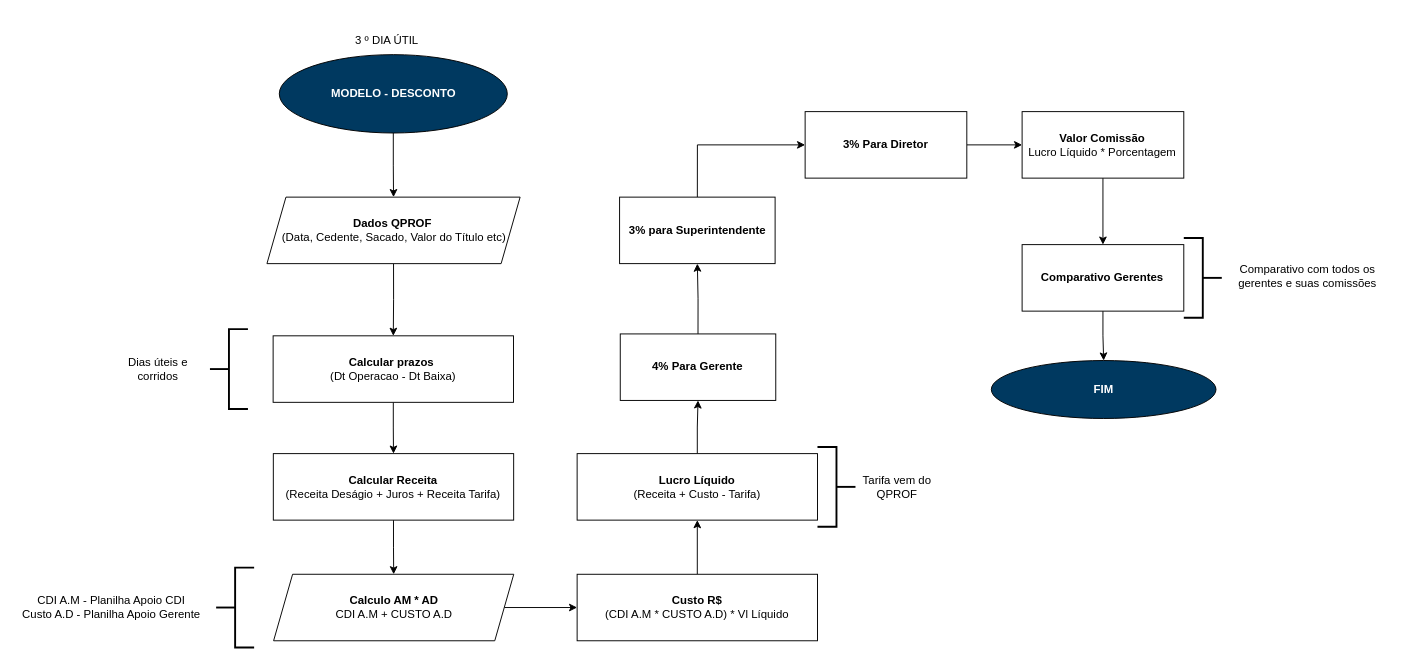
Before: page "Desconto" (1 of 4) of FLUXOGRAMAS.drawio in henriquelima0/exercicios-fiap, a draw.io diagram. Source tidied: cells renumbered, new cells numbered last; positions are measured from the earlier drawing's top-left corner, leaving out a move shared by most shapes. Both pictures are drawn from the tidied source at 95%, with x=0, y=0 at pixel (16, 16).
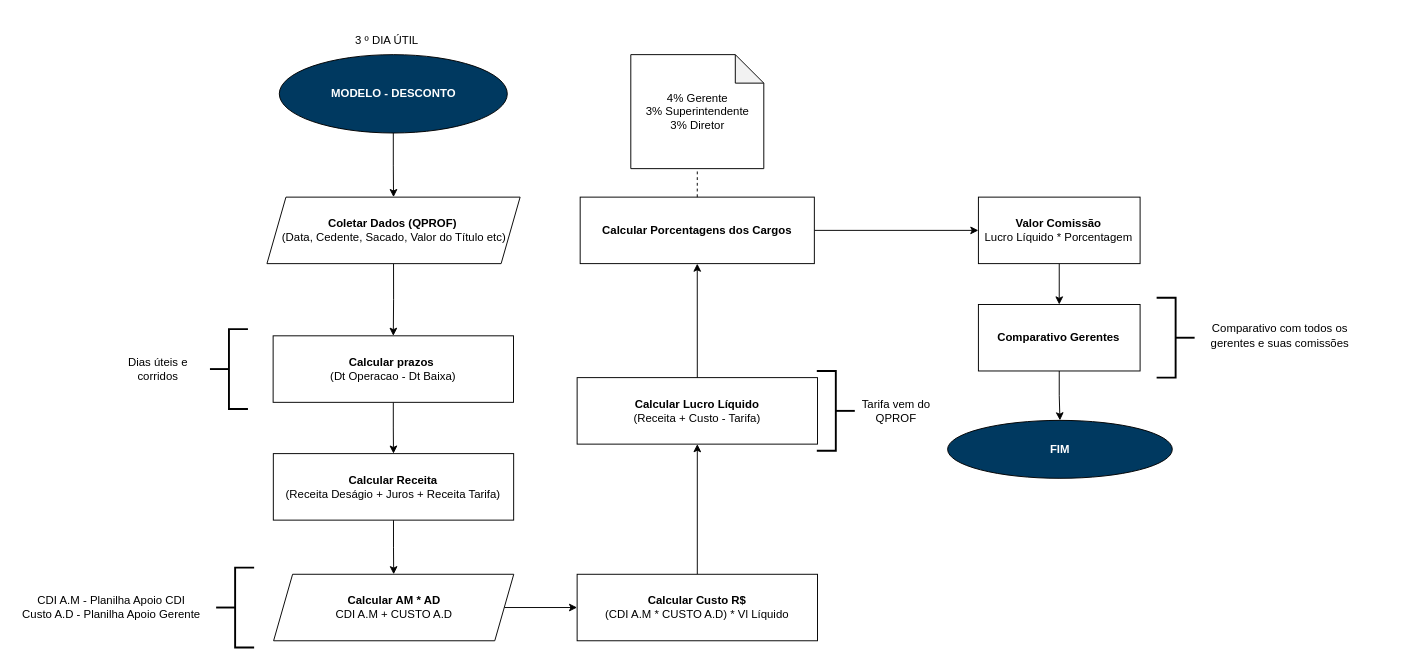
The same page after the edit.

What changed in the source:
```diff
@@
-    <mxCell id="15" value="&lt;b&gt;Calculo AM * AD&lt;/b&gt;&lt;br&gt;CDI A.M + CUSTO A.D" style="shape=parallelogram;perimeter=parallelogramPerimeter;whiteSpace=wrap;html=1;fixedSize=1;" parent="1" vertex="1">
+    <mxCell id="15" value="&lt;b&gt;Calcular&amp;nbsp;&lt;/b&gt;&lt;b&gt;AM * AD&lt;/b&gt;&lt;br&gt;CDI A.M + CUSTO A.D" style="shape=parallelogram;perimeter=parallelogramPerimeter;whiteSpace=wrap;html=1;fixedSize=1;" parent="1" vertex="1">
       <mxGeometry x="270.5" y="587" width="252.8" height="70" as="geometry" />
     </mxCell>
@@
-    <mxCell id="17" value="&lt;div&gt;&lt;b&gt;Custo R$&lt;/b&gt;&lt;br&gt;(CDI A.M * CUSTO A.D) * Vl Líquido&lt;/div&gt;" style="rounded=0;whiteSpace=wrap;html=1;" parent="1" vertex="1">
+    <mxCell id="17" value="&lt;div&gt;&lt;b&gt;Calcular Custo R$&lt;/b&gt;&lt;br&gt;(CDI A.M * CUSTO A.D) * Vl Líquido&lt;/div&gt;" style="rounded=0;whiteSpace=wrap;html=1;" parent="1" vertex="1">
       <mxGeometry x="590" y="587" width="253" height="70" as="geometry" />
     </mxCell>
@@
-    <mxCell id="19" value="&lt;b&gt;Dados QPROF&amp;nbsp;&lt;/b&gt;&lt;div&gt;(Data, Cedente, Sacado, Valor do Título etc)&lt;/div&gt;" style="shape=parallelogram;perimeter=parallelogramPerimeter;whiteSpace=wrap;html=1;fixedSize=1;" parent="1" vertex="1">
+    <mxCell id="19" value="&lt;b&gt;Coletar Dados (QPROF)&amp;nbsp;&lt;/b&gt;&lt;div&gt;(Data, Cedente, Sacado, Valor do Título etc)&lt;/div&gt;" style="shape=parallelogram;perimeter=parallelogramPerimeter;whiteSpace=wrap;html=1;fixedSize=1;" parent="1" vertex="1">
       <mxGeometry x="263.5" y="190" width="266.5" height="70" as="geometry" />
     </mxCell>
-    <mxCell id="20" style="edgeStyle=orthogonalEdgeStyle;rounded=0;jettySize=auto;html=1;entryX=0.5;entryY=1;entryDx=0;entryDy=0;" parent="1" edge="1" source="21" target="26">
-      <mxGeometry relative="1" as="geometry" />
-    </mxCell>
-    <mxCell id="21" value="&lt;b&gt;Lucro Líquido&lt;/b&gt;&lt;br&gt;(Receita + Custo - Tarifa)" style="rounded=0;whiteSpace=wrap;html=1;" parent="1" vertex="1">
-      <mxGeometry x="590" y="460" width="253" height="70" as="geometry" />
+    <mxCell id="21" value="&lt;b&gt;Calcular&amp;nbsp;&lt;/b&gt;&lt;b&gt;Lucro Líquido&lt;/b&gt;&lt;br&gt;(Receita + Custo - Tarifa)" style="rounded=0;whiteSpace=wrap;html=1;" parent="1" vertex="1">
+      <mxGeometry x="590" y="380" width="253" height="70" as="geometry" />
     </mxCell>
     <mxCell id="22" style="strokeWidth=2;html=1;shape=mxgraph.flowchart.annotation_2;align=left;labelPosition=right;direction=west;fillColor=#003960;" parent="1" vertex="1">
-      <mxGeometry x="843" y="453" width="40" height="84" as="geometry" />
+      <mxGeometry x="842.3" y="373" width="40" height="84" as="geometry" />
     </mxCell>
     <mxCell id="23" value="Tarifa vem do QPROF" style="text;html=1;align=center;verticalAlign=middle;whiteSpace=wrap;rounded=0;" parent="1" vertex="1">
-      <mxGeometry x="883" y="477" width="88" height="36" as="geometry" />
+      <mxGeometry x="882.3" y="397" width="88" height="36" as="geometry" />
     </mxCell>
@@
-    <mxCell id="25" style="edgeStyle=orthogonalEdgeStyle;rounded=0;jettySize=auto;html=1;exitX=0.5;exitY=0;exitDx=0;exitDy=0;entryX=0.5;entryY=1;entryDx=0;entryDy=0;" parent="1" edge="1" source="26" target="28">
+    <mxCell id="25" style="edgeStyle=orthogonalEdgeStyle;rounded=0;jettySize=auto;html=1;exitX=0.5;exitY=0;exitDx=0;exitDy=0;entryX=0.5;entryY=1;entryDx=0;entryDy=0;" parent="1" edge="1" source="21" target="28">
       <mxGeometry relative="1" as="geometry" />
     </mxCell>
-    <mxCell id="26" value="&lt;b&gt;4% Para Gerente&lt;/b&gt;" style="rounded=0;whiteSpace=wrap;html=1;" parent="1" vertex="1">
-      <mxGeometry x="635.4" y="334" width="163.7" height="70" as="geometry" />
-    </mxCell>
-    <mxCell id="27" style="edgeStyle=orthogonalEdgeStyle;rounded=0;jettySize=auto;html=1;exitX=0.5;exitY=0;exitDx=0;exitDy=0;entryX=0;entryY=0.5;entryDx=0;entryDy=0;" parent="1" edge="1" source="28" target="30">
-      <mxGeometry relative="1" as="geometry" />
-    </mxCell>
+    <mxCell id="38" style="edgeStyle=orthogonalEdgeStyle;rounded=0;jettySize=auto;html=1;entryX=0;entryY=0.5;entryDx=0;entryDy=0;" parent="1" edge="1" source="28" target="32">
+      <mxGeometry relative="1" as="geometry" />
+    </mxCell>
-    <mxCell id="28" value="&lt;b&gt;3% para Superintendente&lt;/b&gt;" style="rounded=0;whiteSpace=wrap;html=1;" parent="1" vertex="1">
-      <mxGeometry x="634.7" y="190" width="163.7" height="70" as="geometry" />
+    <mxCell id="28" value="&lt;b&gt;Calcular Porcentagens dos Cargos&lt;/b&gt;" style="rounded=0;whiteSpace=wrap;html=1;" parent="1" vertex="1">
+      <mxGeometry x="593.2" y="190" width="246.5" height="70" as="geometry" />
     </mxCell>
-    <mxCell id="29" style="edgeStyle=orthogonalEdgeStyle;rounded=0;jettySize=auto;html=1;entryX=0;entryY=0.5;entryDx=0;entryDy=0;" parent="1" edge="1" source="30" target="32">
-      <mxGeometry relative="1" as="geometry" />
-    </mxCell>
-    <mxCell id="30" value="&lt;b&gt;3% Para Diretor&lt;/b&gt;" style="rounded=0;whiteSpace=wrap;html=1;" parent="1" vertex="1">
-      <mxGeometry x="830" y="100" width="170.2" height="70" as="geometry" />
-    </mxCell>
@@
     <mxCell id="32" value="&lt;b&gt;Valor Comissão&lt;br&gt;&lt;/b&gt;Lucro Líquido * Porcentagem" style="rounded=0;whiteSpace=wrap;html=1;" parent="1" vertex="1">
-      <mxGeometry x="1058.4" y="100" width="170.2" height="70" as="geometry" />
+      <mxGeometry x="1012.4" y="190" width="170.2" height="70" as="geometry" />
     </mxCell>
     <mxCell id="33" value="&lt;b&gt;&lt;font color=&quot;#ffffff&quot;&gt;FIM&lt;/font&gt;&lt;/b&gt;" style="ellipse;whiteSpace=wrap;html=1;fillColor=#003960;" parent="1" vertex="1">
-      <mxGeometry x="1026" y="362" width="236.5" height="61" as="geometry" />
+      <mxGeometry x="980" y="425" width="236.5" height="61" as="geometry" />
     </mxCell>
@@
     <mxCell id="35" value="&lt;b&gt;Comparativo Gerentes&lt;/b&gt;" style="rounded=0;whiteSpace=wrap;html=1;" parent="1" vertex="1">
-      <mxGeometry x="1058.4" y="240" width="170.2" height="70" as="geometry" />
+      <mxGeometry x="1012.4" y="303" width="170.2" height="70" as="geometry" />
     </mxCell>
     <mxCell id="36" style="strokeWidth=2;html=1;shape=mxgraph.flowchart.annotation_2;align=left;labelPosition=right;direction=west;" parent="1" vertex="1">
-      <mxGeometry x="1228.6" y="233" width="40" height="84" as="geometry" />
+      <mxGeometry x="1200" y="296" width="40" height="84" as="geometry" />
     </mxCell>
     <mxCell id="37" value="Comparativo com todos os gerentes e suas comissões" style="text;html=1;align=center;verticalAlign=middle;whiteSpace=wrap;rounded=0;" parent="1" vertex="1">
-      <mxGeometry x="1263.5" y="240" width="190" height="66" as="geometry" />
+      <mxGeometry x="1234.9" y="303" width="190" height="66" as="geometry" />
     </mxCell>
+    <mxCell id="39" value="&lt;div&gt;4% Gerente&lt;br&gt;3% Superintendente&lt;/div&gt;3% Diretor" style="shape=note;whiteSpace=wrap;html=1;backgroundOutline=1;darkOpacity=0.05;" parent="1" vertex="1">
+      <mxGeometry x="646.5" y="40" width="140" height="120" as="geometry" />
+    </mxCell>
+    <mxCell id="40" style="endArrow=none;dashed=1;html=1;rounded=0;entryX=0.5;entryY=1;entryDx=0;entryDy=0;entryPerimeter=0;exitX=0.5;exitY=0;exitDx=0;exitDy=0;" parent="1" edge="1" source="28" target="39">
+      <mxGeometry relative="1" as="geometry" />
+    </mxCell>
```
